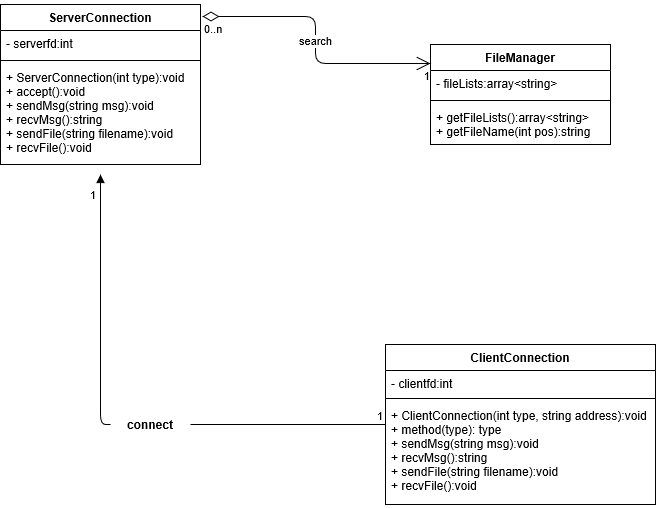
Earlier version of the draw.io export images/UML.png (zh-hang/FileServer). Source tidied: cells renumbered, new cells last; positions are measured from the earlier drawing's top-left corner, leaving out a move shared by most shapes.
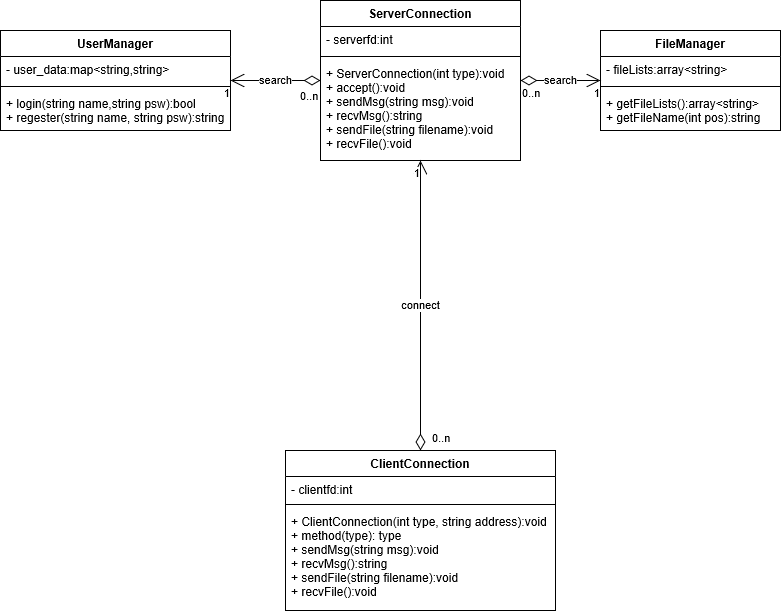
Above is the later version.

What changed in the source:
```diff
@@ -3,7 +3,7 @@
     <mxCell id="0" />
     <mxCell id="1" parent="0" />
     <mxCell id="2" value="ServerConnection" style="swimlane;fontStyle=1;align=center;verticalAlign=top;horizontal=1;startSize=26;" parent="1" vertex="1">
-      <mxGeometry width="200" height="160" as="geometry" />
+      <mxGeometry x="160" y="50" width="200" height="160" as="geometry" />
     </mxCell>
     <mxCell id="3" value="- serverfd:int" style="text;strokeColor=none;fillColor=none;align=left;verticalAlign=top;spacingLeft=4;spacingRight=4;overflow=hidden;" parent="2" vertex="1">
       <mxGeometry y="26" width="200" height="26" as="geometry" />
@@ -15,7 +15,7 @@
       <mxGeometry y="60" width="200" height="100" as="geometry" />
     </mxCell>
     <mxCell id="6" value="FileManager" style="swimlane;fontStyle=1;align=center;verticalAlign=top;horizontal=1;startSize=26;" parent="1" vertex="1">
-      <mxGeometry x="430" y="40" width="180" height="100" as="geometry" />
+      <mxGeometry x="440" y="80" width="180" height="100" as="geometry" />
     </mxCell>
     <mxCell id="7" value="- fileLists:array&lt;string&gt;" style="text;strokeColor=none;fillColor=none;align=left;verticalAlign=top;spacingLeft=4;spacingRight=4;overflow=hidden;" parent="6" vertex="1">
       <mxGeometry y="26" width="180" height="26" as="geometry" />
@@ -27,7 +27,7 @@
       <mxGeometry y="60" width="180" height="40" as="geometry" />
     </mxCell>
     <mxCell id="10" value="ClientConnection" style="swimlane;fontStyle=1;align=center;verticalAlign=top;horizontal=1;startSize=26;" parent="1" vertex="1">
-      <mxGeometry x="385" y="340" width="270" height="160" as="geometry" />
+      <mxGeometry x="125" y="500" width="270" height="160" as="geometry" />
     </mxCell>
     <mxCell id="11" value="- clientfd:int" style="text;strokeColor=none;fillColor=none;align=left;verticalAlign=top;spacingLeft=4;spacingRight=4;overflow=hidden;" parent="10" vertex="1">
       <mxGeometry y="26" width="270" height="24" as="geometry" />
@@ -38,7 +38,7 @@
     <mxCell id="13" value="+ ClientConnection(int type, string address):void&#10;+ method(type): type&#10;+ sendMsg(string msg):void&#10;+ recvMsg():string&#10;+ sendFile(string filename):void&#10;+ recvFile():void" style="text;strokeColor=none;fillColor=none;align=left;verticalAlign=top;spacingLeft=4;spacingRight=4;overflow=hidden;" parent="10" vertex="1">
       <mxGeometry y="58" width="270" height="102" as="geometry" />
     </mxCell>
-    <mxCell id="14" value="search" style="endArrow=open;html=1;endSize=12;startArrow=diamondThin;startSize=14;startFill=0;edgeStyle=orthogonalEdgeStyle;entryX=0;entryY=0.19;entryDx=0;entryDy=0;entryPerimeter=0;exitX=1.01;exitY=0.075;exitDx=0;exitDy=0;exitPerimeter=0;" parent="1" edge="1" source="2" target="6">
+    <mxCell id="14" value="search" style="endArrow=open;html=1;endSize=12;startArrow=diamondThin;startSize=14;startFill=0;edgeStyle=orthogonalEdgeStyle;" parent="1" edge="1" source="2" target="6">
       <mxGeometry relative="1" as="geometry" />
     </mxCell>
     <mxCell id="15" value="0..n" style="edgeLabel;html=1;align=left;verticalAlign=top;" parent="14" vertex="1">
@@ -47,26 +47,39 @@
     <mxCell id="16" value="1" style="edgeLabel;html=1;align=right;verticalAlign=top;" parent="14" vertex="1">
       <mxGeometry x="1" relative="1" as="geometry" />
     </mxCell>
-    <mxCell id="17" style="endArrow=block;endFill=1;html=1;edgeStyle=orthogonalEdgeStyle;align=left;verticalAlign=top;startArrow=none;" parent="1" edge="1" source="19">
-      <mxGeometry x="-1" relative="1" as="geometry">
-        <mxPoint x="100" y="170" as="targetPoint" />
-      </mxGeometry>
-    </mxCell>
-    <mxCell id="18" value="1" style="edgeLabel;html=1;align=left;verticalAlign=bottom;" parent="1" vertex="1">
-      <mxGeometry x="80" y="400" as="geometry">
-        <mxPoint x="8" y="-201" as="offset" />
-      </mxGeometry>
-    </mxCell>
+    <mxCell id="22" value="UserManager" style="swimlane;fontStyle=1;align=center;verticalAlign=top;horizontal=1;startSize=26;" parent="1" vertex="1">
+      <mxGeometry x="-160" y="80" width="230" height="100" as="geometry" />
+    </mxCell>
+    <mxCell id="23" value="- user_data:map&lt;string,string&gt;" style="text;strokeColor=none;fillColor=none;align=left;verticalAlign=top;spacingLeft=4;spacingRight=4;overflow=hidden;" parent="22" vertex="1">
+      <mxGeometry y="26" width="230" height="26" as="geometry" />
+    </mxCell>
+    <mxCell id="24" style="line;strokeWidth=1;fillColor=none;align=left;verticalAlign=middle;spacingTop=-1;spacingLeft=3;spacingRight=3;labelPosition=right;" parent="22" vertex="1">
+      <mxGeometry y="52" width="230" height="8" as="geometry" />
+    </mxCell>
+    <mxCell id="25" value="+ login(string name,string psw):bool&#10;+ regester(string name, string psw):string" style="text;strokeColor=none;fillColor=none;align=left;verticalAlign=top;spacingLeft=4;spacingRight=4;overflow=hidden;" parent="22" vertex="1">
+      <mxGeometry y="60" width="230" height="40" as="geometry" />
+    </mxCell>
+    <mxCell id="26" value="search" style="endArrow=open;html=1;endSize=12;startArrow=diamondThin;startSize=14;startFill=0;edgeStyle=orthogonalEdgeStyle;" parent="1" edge="1" source="2" target="22">
+      <mxGeometry relative="1" as="geometry" />
+    </mxCell>
+    <mxCell id="27" value="1" style="edgeLabel;html=1;align=right;verticalAlign=top;" parent="26" vertex="1">
+      <mxGeometry x="1" relative="1" as="geometry" />
+    </mxCell>
+    <mxCell id="28" value="0..n" style="edgeLabel;html=1;align=left;verticalAlign=top;" parent="1" vertex="1">
+      <mxGeometry x="370" y="140" as="geometry">
+        <mxPoint x="-232" y="-7" as="offset" />
+      </mxGeometry>
+    </mxCell>
-    <mxCell id="19" value="connect" style="text;align=center;fontStyle=1;verticalAlign=middle;spacingLeft=3;spacingRight=3;strokeColor=none;points=[[0,0.5],[1,0.5]];portConstraint=eastwest;" parent="1" vertex="1">
-      <mxGeometry x="110" y="407" width="80" height="26" as="geometry" />
+    <mxCell id="19" value="connect" style="endArrow=open;html=1;endSize=12;startArrow=diamondThin;startSize=14;startFill=0;edgeStyle=orthogonalEdgeStyle;" parent="1" edge="1" source="10" target="2">
+      <mxGeometry relative="1" as="geometry" />
     </mxCell>
-    <mxCell id="20" style="endArrow=none;endFill=1;html=1;edgeStyle=orthogonalEdgeStyle;align=left;verticalAlign=top;" parent="1" edge="1" source="10" target="19">
-      <mxGeometry x="-1" relative="1" as="geometry" />
-    </mxCell>
-    <mxCell id="21" value="1" style="edgeLabel;html=1;align=left;verticalAlign=bottom;" parent="20" vertex="1">
-      <mxGeometry x="-1" relative="1" as="geometry">
-        <mxPoint x="-10" as="offset" />
-      </mxGeometry>
-    </mxCell>
+    <mxCell id="29" value="0..n" style="edgeLabel;html=1;align=left;verticalAlign=top;" parent="19" vertex="1">
+      <mxGeometry x="-1" relative="1" as="geometry">
+        <mxPoint x="10" y="-25" as="offset" />
+      </mxGeometry>
+    </mxCell>
+    <mxCell id="30" value="1" style="edgeLabel;html=1;align=right;verticalAlign=top;" parent="19" vertex="1">
+      <mxGeometry x="1" relative="1" as="geometry" />
+    </mxCell>
   </root>
 </mxGraphModel>
```
